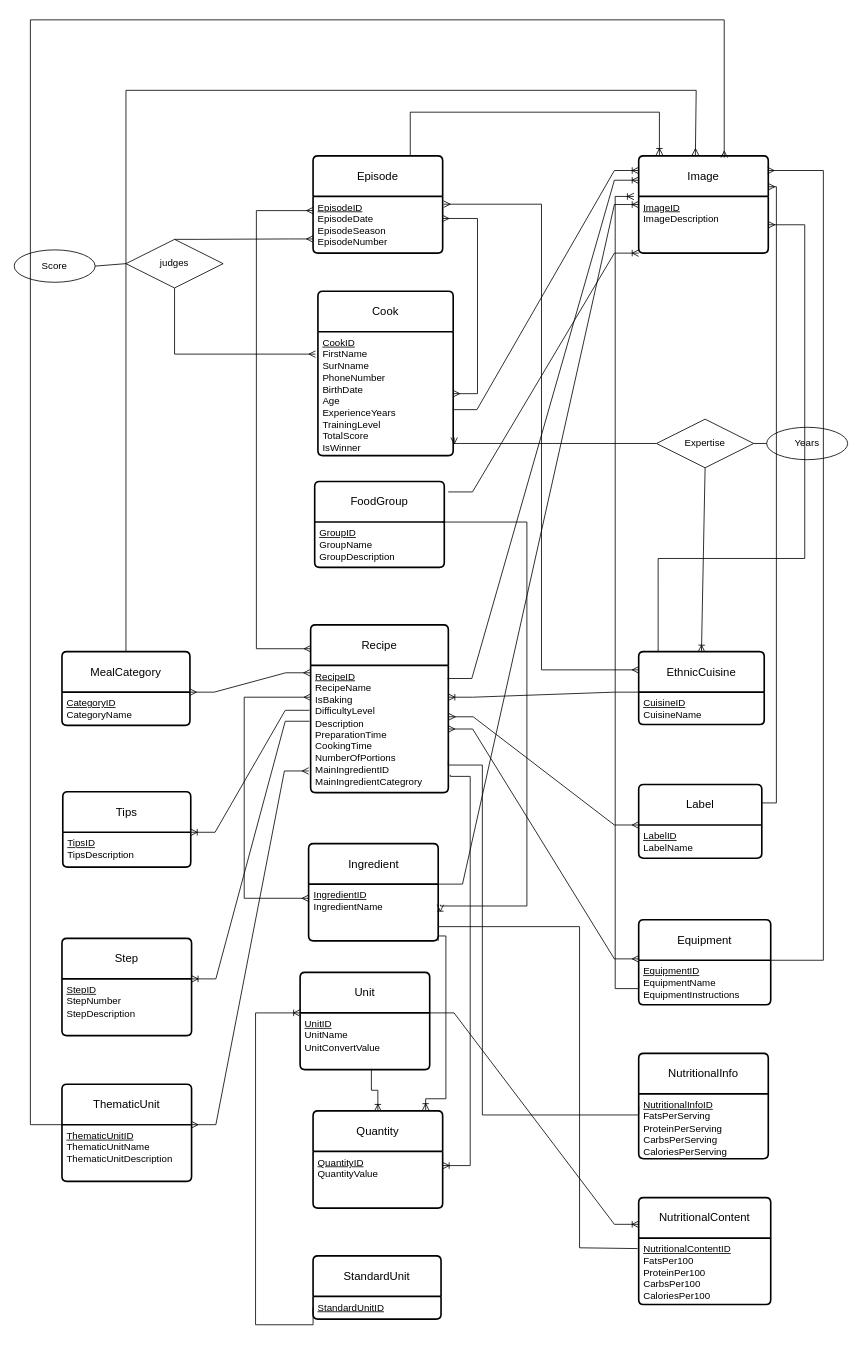
Before: er_diagram.drawio in myrto-orf/DataBases, a draw.io diagram. Source tidied: cells renumbered, new cells numbered last; positions are measured from the earlier drawing's top-left corner, leaving out a move shared by most shapes. Both pictures are drawn from the tidied source at 81%, with x=0, y=0 at pixel (14, 19).
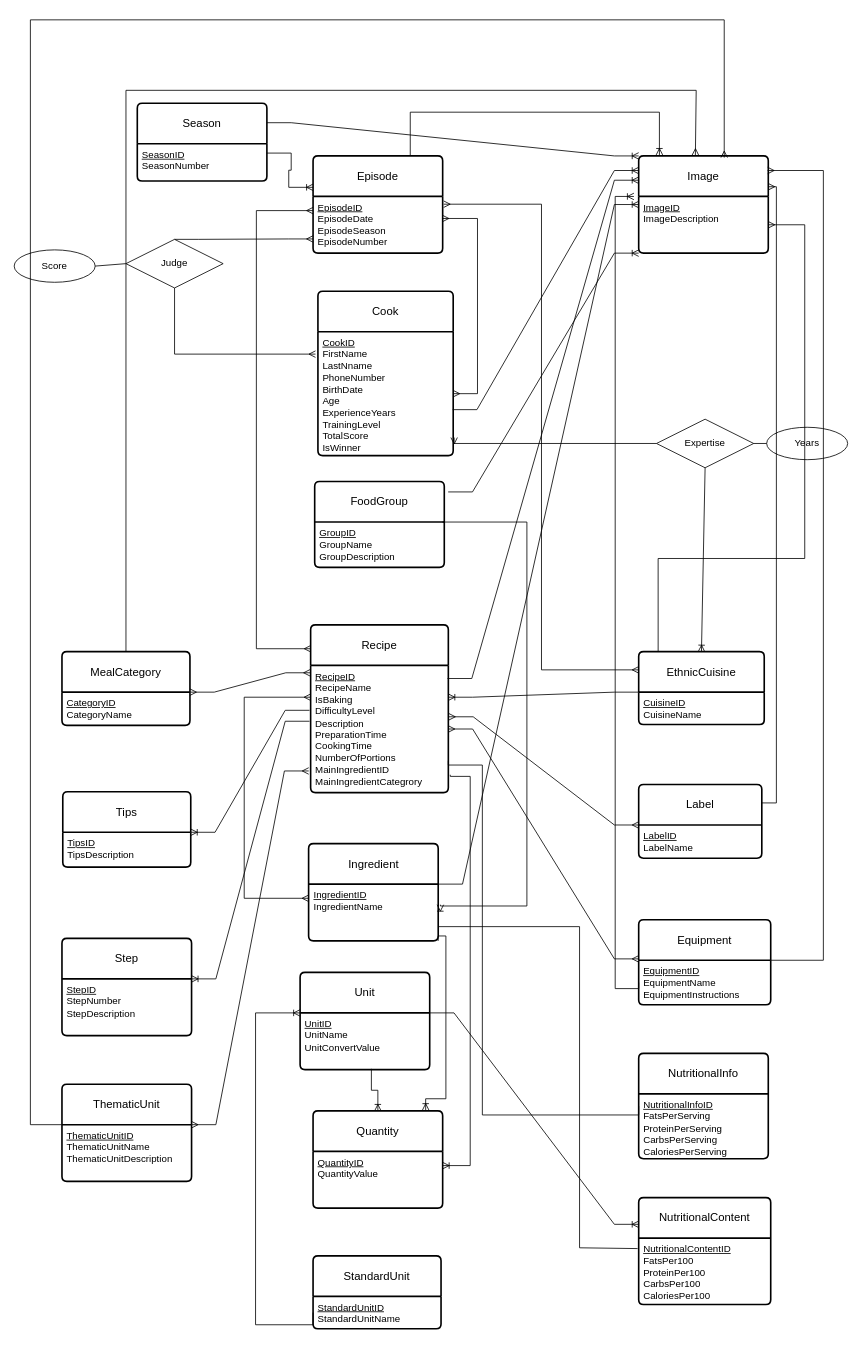
After the change.

Unchanged cells that the change refers to:
```xml
<mxCell id="28" value="Cook" style="swimlane;horizontal=1;startSize=50;rounded=1;fontSize=14;fontStyle=0;strokeWidth=2;shadow=0;dashed=0;align=center;arcSize=4;whiteSpace=wrap;html=1;" parent="1" vertex="1">
  <mxGeometry x="375" y="335" width="167" height="203" as="geometry" />
</mxCell>
<mxCell id="30" value="Episode" style="swimlane;horizontal=1;startSize=50;rounded=1;fontSize=14;fontStyle=0;strokeWidth=2;shadow=0;dashed=0;align=center;arcSize=4;whiteSpace=wrap;html=1;" parent="1" vertex="1">
  <mxGeometry x="369" y="168" width="160" height="120" as="geometry" />
</mxCell>
<mxCell id="32" value="Image" style="swimlane;horizontal=1;startSize=50;rounded=1;fontSize=14;fontStyle=0;strokeWidth=2;shadow=0;dashed=0;align=center;arcSize=4;whiteSpace=wrap;html=1;" parent="1" vertex="1">
  <mxGeometry x="771" y="168" width="160" height="120" as="geometry" />
</mxCell>
```

What changed in the source:
```diff
@@
     <mxCell id="22" value="StandardUnit" style="swimlane;horizontal=1;startSize=50;rounded=1;fontSize=14;fontStyle=0;strokeWidth=2;shadow=0;dashed=0;align=center;arcSize=4;whiteSpace=wrap;html=1;" parent="1" vertex="1">
-      <mxGeometry x="369" y="1526" width="158" height="78" as="geometry" />
+      <mxGeometry x="369" y="1526" width="158" height="90" as="geometry" />
     </mxCell>
-    <mxCell id="23" value="&lt;div&gt;&lt;u&gt;StandardUnitID&lt;/u&gt;&lt;/div&gt;" style="align=left;strokeColor=none;fillColor=none;spacingLeft=4;fontSize=12;verticalAlign=top;html=1;" parent="22" vertex="1">
-      <mxGeometry y="50" width="158" height="28" as="geometry" />
+    <mxCell id="23" value="&lt;div&gt;&lt;u&gt;StandardUnitID&lt;/u&gt;&lt;/div&gt;&lt;div&gt;StandardUnitName&lt;/div&gt;" style="align=left;strokeColor=none;fillColor=none;spacingLeft=4;fontSize=12;verticalAlign=top;html=1;" parent="22" vertex="1">
+      <mxGeometry y="50" width="158" height="40" as="geometry" />
     </mxCell>
@@
-    <mxCell id="29" value="&lt;u&gt;CookID&lt;/u&gt;&lt;div&gt;FirstName&lt;/div&gt;&lt;div&gt;SurNname&lt;/div&gt;&lt;div&gt;PhoneNumber&lt;/div&gt;&lt;div&gt;BirthDate&lt;/div&gt;&lt;div&gt;Age&lt;/div&gt;&lt;div&gt;ExperienceYears&lt;/div&gt;&lt;div&gt;TrainingLevel&lt;/div&gt;&lt;div&gt;TotalScore&lt;/div&gt;&lt;div&gt;IsWinner&lt;/div&gt;" style="align=left;strokeColor=none;fillColor=none;spacingLeft=4;fontSize=12;verticalAlign=top;html=1;" parent="28" vertex="1">
+    <mxCell id="29" value="&lt;u&gt;CookID&lt;/u&gt;&lt;div&gt;FirstName&lt;/div&gt;&lt;div&gt;LastNname&lt;/div&gt;&lt;div&gt;PhoneNumber&lt;/div&gt;&lt;div&gt;BirthDate&lt;/div&gt;&lt;div&gt;Age&lt;/div&gt;&lt;div&gt;ExperienceYears&lt;/div&gt;&lt;div&gt;TrainingLevel&lt;/div&gt;&lt;div&gt;TotalScore&lt;/div&gt;&lt;div&gt;IsWinner&lt;/div&gt;" style="align=left;strokeColor=none;fillColor=none;spacingLeft=4;fontSize=12;verticalAlign=top;html=1;" parent="28" vertex="1">
       <mxGeometry y="50" width="167" height="153" as="geometry" />
     </mxCell>
@@
-    <mxCell id="52" value="judges" style="shape=rhombus;perimeter=rhombusPerimeter;whiteSpace=wrap;html=1;align=center;" parent="1" vertex="1">
+    <mxCell id="52" value="Judge" style="shape=rhombus;perimeter=rhombusPerimeter;whiteSpace=wrap;html=1;align=center;" parent="1" vertex="1">
       <mxGeometry x="138" y="271" width="120" height="60" as="geometry" />
     </mxCell>
@@
+    <mxCell id="78" value="Season" style="swimlane;horizontal=1;startSize=50;rounded=1;fontSize=14;fontStyle=0;strokeWidth=2;shadow=0;dashed=0;align=center;arcSize=4;whiteSpace=wrap;html=1;" parent="1" vertex="1">
+      <mxGeometry x="152" y="103" width="160" height="96" as="geometry" />
+    </mxCell>
+    <mxCell id="79" value="&lt;u&gt;SeasonID&lt;/u&gt;&lt;div&gt;SeasonNumber&lt;/div&gt;&lt;div&gt;&lt;br&gt;&lt;/div&gt;" style="align=left;strokeColor=none;fillColor=none;spacingLeft=4;fontSize=12;verticalAlign=top;html=1;" parent="78" vertex="1">
+      <mxGeometry y="50" width="160" height="46" as="geometry" />
+    </mxCell>
+    <mxCell id="80" style="edgeStyle=entityRelationEdgeStyle;fontSize=12;html=1;endArrow=ERoneToMany;rounded=0;entryX=0;entryY=0.323;entryDx=0;entryDy=0;entryPerimeter=0;exitX=1;exitY=0.25;exitDx=0;exitDy=0;" parent="1" edge="1" source="79" target="30">
+      <mxGeometry relative="1" as="geometry" />
+    </mxCell>
+    <mxCell id="81" style="edgeStyle=entityRelationEdgeStyle;fontSize=12;html=1;endArrow=ERoneToMany;rounded=0;entryX=0;entryY=0;entryDx=0;entryDy=0;exitX=1;exitY=0.25;exitDx=0;exitDy=0;" parent="1" edge="1" source="78" target="32">
+      <mxGeometry relative="1" as="geometry" />
+    </mxCell>
```
